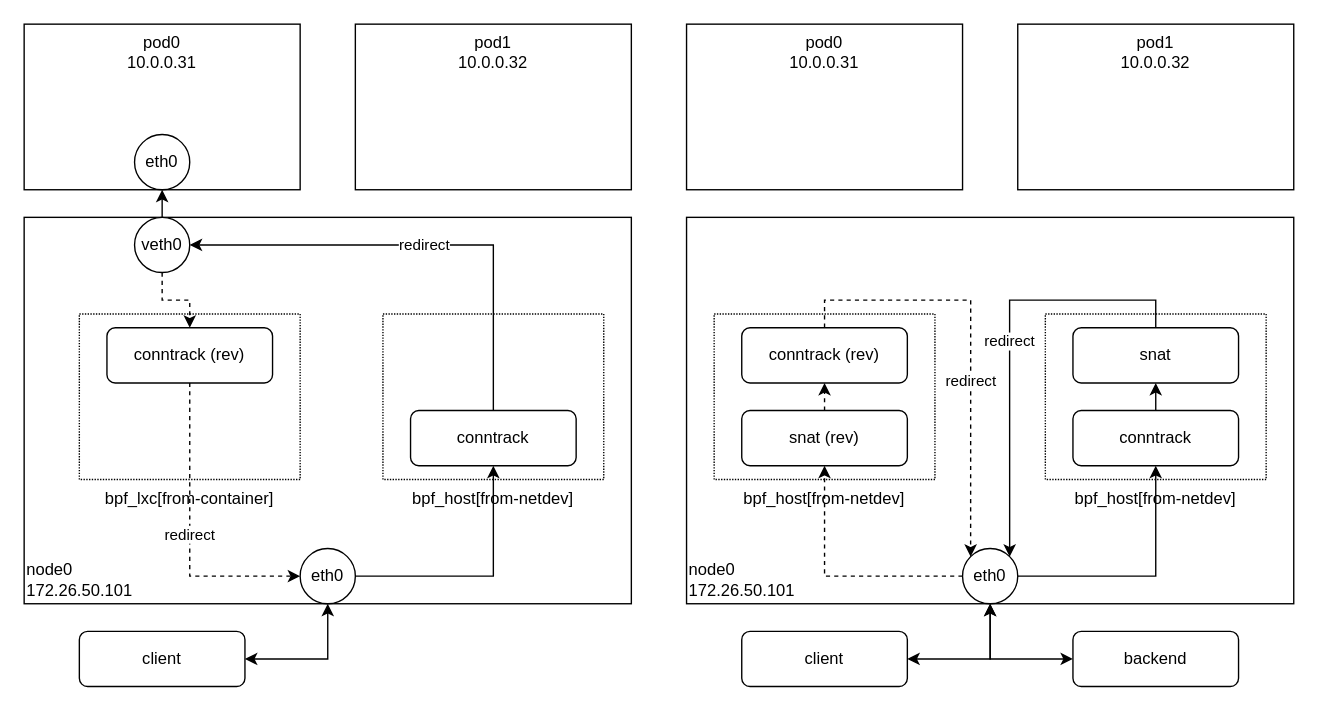
The draw.io diagram page "nodeport.redirect.vxlan" (9 of 10) of k8s.cilium/cilium.drawio in haruband/codebook, before the edit. Source tidied: cells renumbered, new cells numbered last; positions are measured from the earlier drawing's top-left corner, leaving out a move shared by most shapes. Both pictures are drawn from the tidied source at 138%, with x=0, y=0 at pixel (23, 23).
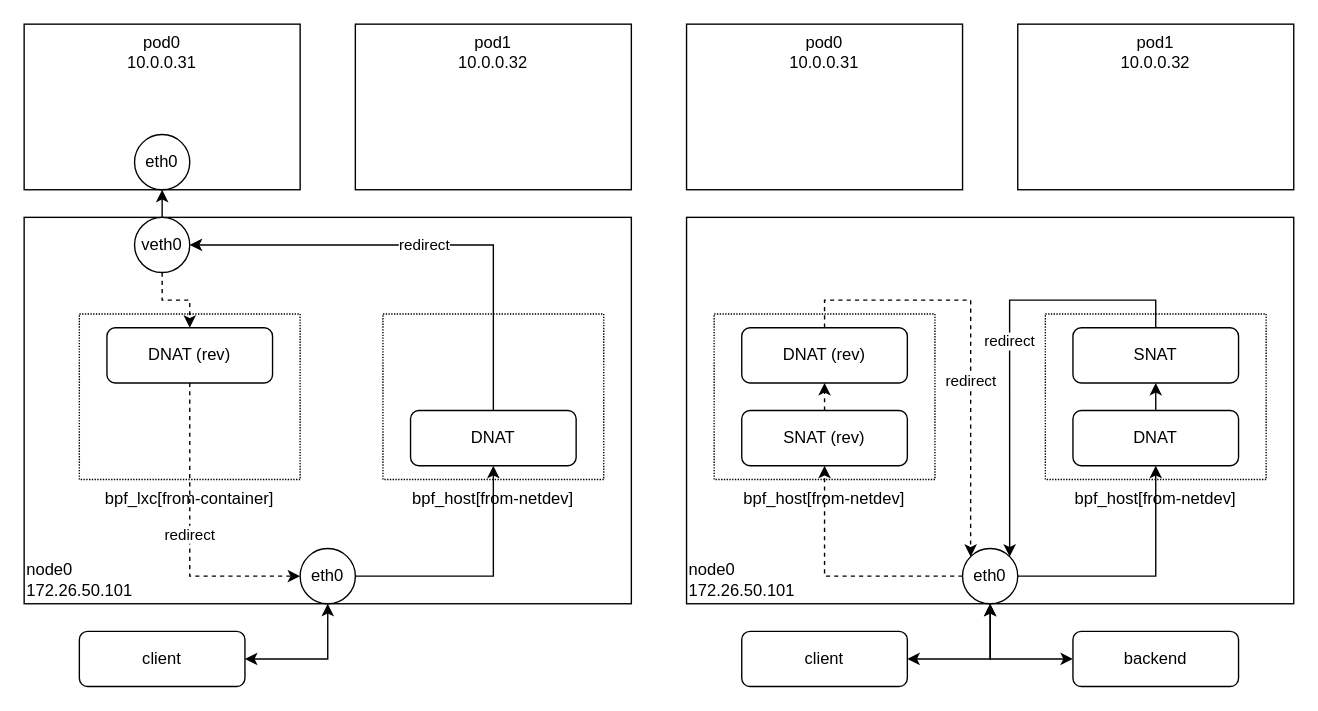
The same page after the edit.

The edit, as a diff of the source:
```diff
@@
-    <mxCell id="7" value="conntrack" style="rounded=1;whiteSpace=wrap;html=1;align=center;" parent="1" vertex="1">
+    <mxCell id="7" value="DNAT" style="rounded=1;whiteSpace=wrap;html=1;align=center;" parent="1" vertex="1">
       <mxGeometry x="280" y="280" width="120" height="40" as="geometry" />
     </mxCell>
@@
-    <mxCell id="16" value="snat" style="rounded=1;whiteSpace=wrap;html=1;align=center;" parent="1" vertex="1">
+    <mxCell id="16" value="SNAT" style="rounded=1;whiteSpace=wrap;html=1;align=center;" parent="1" vertex="1">
       <mxGeometry x="760" y="220" width="120" height="40" as="geometry" />
     </mxCell>
@@
-    <mxCell id="18" value="conntrack" style="rounded=1;whiteSpace=wrap;html=1;align=center;" parent="1" vertex="1">
+    <mxCell id="18" value="DNAT" style="rounded=1;whiteSpace=wrap;html=1;align=center;" parent="1" vertex="1">
       <mxGeometry x="760" y="280" width="120" height="40" as="geometry" />
     </mxCell>
@@
-    <mxCell id="24" value="conntrack (rev)" style="rounded=1;whiteSpace=wrap;html=1;align=center;" parent="1" vertex="1">
+    <mxCell id="24" value="DNAT (rev)" style="rounded=1;whiteSpace=wrap;html=1;align=center;" parent="1" vertex="1">
       <mxGeometry x="520" y="220" width="120" height="40" as="geometry" />
     </mxCell>
@@
-    <mxCell id="26" value="snat (rev)" style="rounded=1;whiteSpace=wrap;html=1;align=center;" parent="1" vertex="1">
+    <mxCell id="26" value="SNAT (rev)" style="rounded=1;whiteSpace=wrap;html=1;align=center;" parent="1" vertex="1">
       <mxGeometry x="520" y="280" width="120" height="40" as="geometry" />
     </mxCell>
@@
-    <mxCell id="37" value="conntrack (rev)" style="rounded=1;whiteSpace=wrap;html=1;align=center;" parent="1" vertex="1">
+    <mxCell id="37" value="DNAT (rev)" style="rounded=1;whiteSpace=wrap;html=1;align=center;" parent="1" vertex="1">
       <mxGeometry x="60" y="220" width="120" height="40" as="geometry" />
     </mxCell>
```
